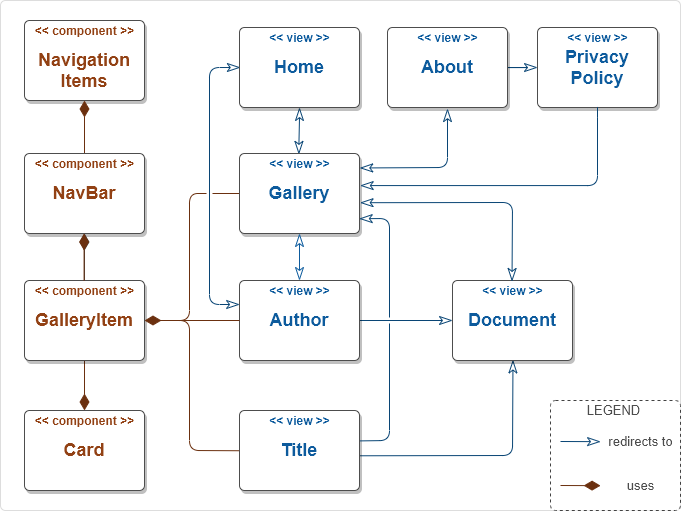
This is distinctio.png from jadefr/ontology-testing, a draw.io export, as it was before one commit. Source tidied: cells renumbered, new cells last; positions are measured from the earlier drawing's top-left corner, leaving out a move shared by most shapes.
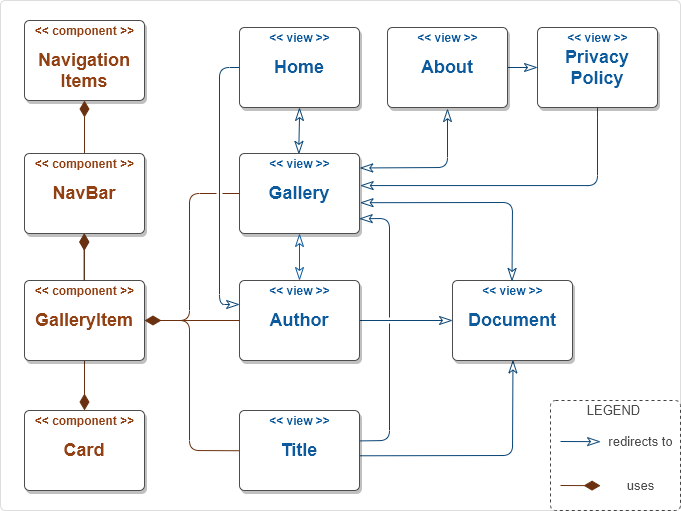
The same file after the commit.

What changed in the source:
```diff
@@ -8,7 +8,7 @@
     <mxCell id="3" style="edgeStyle=orthogonalEdgeStyle;rounded=1;jumpStyle=gap;jettySize=auto;html=1;endArrow=classicThin;endFill=0;endSize=11;strokeColor=#094575;startArrow=classicThin;startFill=0;startSize=11;entryX=0.495;entryY=0.011;entryDx=0;entryDy=0;entryPerimeter=0;shadow=0;" parent="1" edge="1" source="5" target="8">
       <mxGeometry relative="1" as="geometry" />
     </mxCell>
-    <mxCell id="4" style="rounded=1;jumpStyle=gap;jettySize=auto;html=1;entryX=0.001;entryY=0.3;entryDx=0;entryDy=0;entryPerimeter=0;shadow=0;startArrow=classicThin;startFill=0;startSize=11;endArrow=classicThin;endFill=0;endSize=11;strokeColor=#094575;fontColor=#0D5B9D;exitX=0.007;exitY=0.5;exitDx=0;exitDy=0;exitPerimeter=0;edgeStyle=orthogonalEdgeStyle;" parent="1" edge="1" source="5" target="15">
+    <mxCell id="4" style="rounded=1;jumpStyle=gap;jettySize=auto;html=1;entryX=0.001;entryY=0.3;entryDx=0;entryDy=0;entryPerimeter=0;shadow=0;startArrow=none;startFill=0;startSize=11;endArrow=classicThin;endFill=0;endSize=11;strokeColor=#094575;fontColor=#0D5B9D;exitX=0.007;exitY=0.5;exitDx=0;exitDy=0;exitPerimeter=0;edgeStyle=orthogonalEdgeStyle;" parent="1" edge="1" source="5" target="15">
       <mxGeometry relative="1" as="geometry" />
     </mxCell>
     <mxCell id="5" value="&lt;font style=&quot;font-size: 18px&quot; color=&quot;#0d5b9d&quot;&gt;&lt;b&gt;Home&lt;/b&gt;&lt;/font&gt;" style="html=1;shadow=1;dashed=0;shape=mxgraph.bootstrap.rrect;rSize=5;strokeColor=#4D4D4D;align=center;fontSize=12;whiteSpace=wrap;strokeWidth=1;" parent="1" vertex="1">
```
